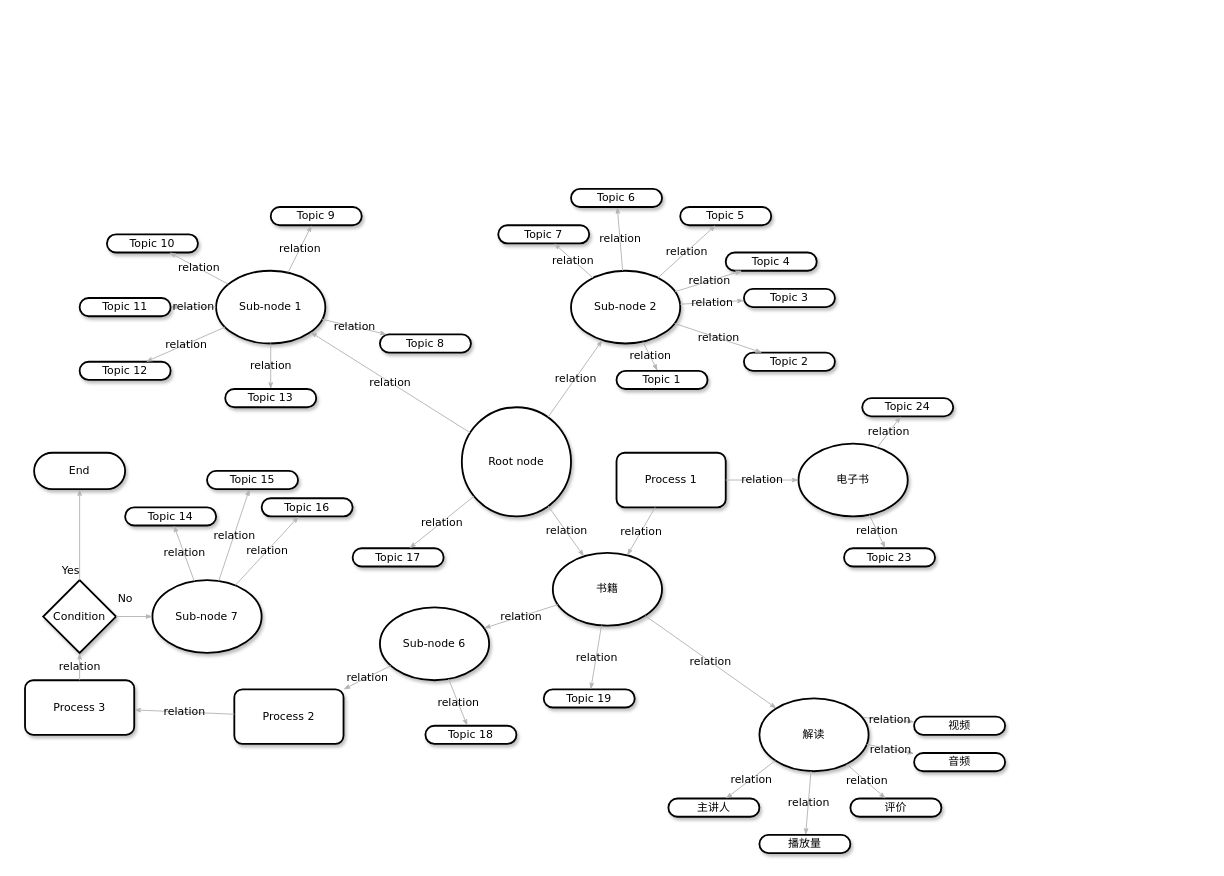
The draw.io diagram page "第 1 页" (1 of 4) of wisdom-content.drawio in joywt/drowin-folder, before the edit. Source tidied: cells renumbered, new cells numbered last; positions are measured from the earlier drawing's top-left corner, leaving out a move shared by most shapes. Both pictures are drawn from the tidied source at 91%, with x=0, y=0 at pixel (25, 188).
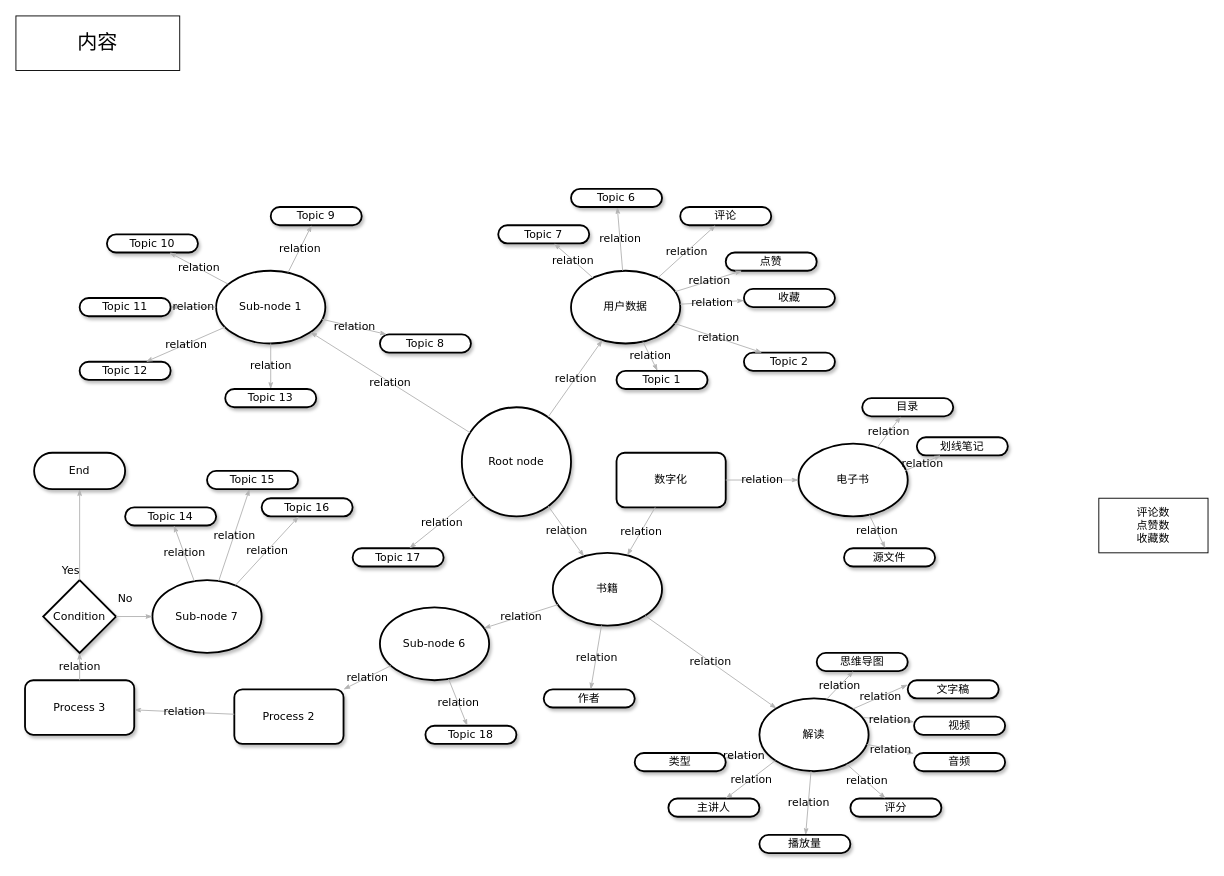
The same diagram, later.

Unchanged cells that the change refers to:
```xml
<mxCell id="7" value="&lt;span&gt;解读&lt;/span&gt;" style="ellipse;whiteSpace=wrap;html=1;rounded=1;shadow=1;comic=0;labelBackgroundColor=none;strokeWidth=2;fontFamily=Verdana;fontSize=12;align=center;" parent="1" vertex="1">
  <mxGeometry x="807" y="560" width="120" height="80" as="geometry" />
</mxCell>
<mxCell id="50" value="&lt;span&gt;电子书&lt;/span&gt;" style="ellipse;whiteSpace=wrap;html=1;rounded=1;shadow=1;comic=0;labelBackgroundColor=none;strokeWidth=2;fontFamily=Verdana;fontSize=12;align=center;" parent="1" vertex="1">
  <mxGeometry x="850" y="280" width="120" height="80" as="geometry" />
</mxCell>
```

What changed in the source:
```diff
@@
-    <mxCell id="4" value="&lt;span&gt;Sub-node 2&lt;/span&gt;" style="ellipse;whiteSpace=wrap;html=1;rounded=1;shadow=1;comic=0;labelBackgroundColor=none;strokeWidth=2;fontFamily=Verdana;fontSize=12;align=center;" parent="1" vertex="1">
+    <mxCell id="4" value="用户数据" style="ellipse;whiteSpace=wrap;html=1;rounded=1;shadow=1;comic=0;labelBackgroundColor=none;strokeWidth=2;fontFamily=Verdana;fontSize=12;align=center;" parent="1" vertex="1">
       <mxGeometry x="600" y="90" width="120" height="80" as="geometry" />
     </mxCell>
@@
-    <mxCell id="13" value="&lt;span&gt;评价&lt;/span&gt;" style="whiteSpace=wrap;html=1;rounded=1;shadow=1;comic=0;labelBackgroundColor=none;strokeWidth=2;fontFamily=Verdana;fontSize=12;align=center;arcSize=50;" parent="1" vertex="1">
+    <mxCell id="13" value="&lt;span&gt;评分&lt;/span&gt;" style="whiteSpace=wrap;html=1;rounded=1;shadow=1;comic=0;labelBackgroundColor=none;strokeWidth=2;fontFamily=Verdana;fontSize=12;align=center;arcSize=50;" parent="1" vertex="1">
       <mxGeometry x="907" y="670" width="100" height="20" as="geometry" />
     </mxCell>
@@
-    <mxCell id="16" value="&lt;span&gt;Topic 5&lt;/span&gt;" style="whiteSpace=wrap;html=1;rounded=1;shadow=1;comic=0;labelBackgroundColor=none;strokeWidth=2;fontFamily=Verdana;fontSize=12;align=center;arcSize=50;" parent="1" vertex="1">
+    <mxCell id="16" value="&lt;span&gt;评论&lt;/span&gt;" style="whiteSpace=wrap;html=1;rounded=1;shadow=1;comic=0;labelBackgroundColor=none;strokeWidth=2;fontFamily=Verdana;fontSize=12;align=center;arcSize=50;" parent="1" vertex="1">
       <mxGeometry x="720" y="20" width="100" height="20" as="geometry" />
     </mxCell>
-    <mxCell id="17" value="&lt;span&gt;Topic 4&lt;/span&gt;" style="whiteSpace=wrap;html=1;rounded=1;shadow=1;comic=0;labelBackgroundColor=none;strokeWidth=2;fontFamily=Verdana;fontSize=12;align=center;arcSize=50;" parent="1" vertex="1">
+    <mxCell id="17" value="&lt;span&gt;点赞&lt;/span&gt;" style="whiteSpace=wrap;html=1;rounded=1;shadow=1;comic=0;labelBackgroundColor=none;strokeWidth=2;fontFamily=Verdana;fontSize=12;align=center;arcSize=50;" parent="1" vertex="1">
       <mxGeometry x="770" y="70" width="100" height="20" as="geometry" />
     </mxCell>
-    <mxCell id="18" value="&lt;span&gt;Topic 3&lt;/span&gt;" style="whiteSpace=wrap;html=1;rounded=1;shadow=1;comic=0;labelBackgroundColor=none;strokeWidth=2;fontFamily=Verdana;fontSize=12;align=center;arcSize=50;" parent="1" vertex="1">
+    <mxCell id="18" value="&lt;span&gt;收藏&lt;/span&gt;" style="whiteSpace=wrap;html=1;rounded=1;shadow=1;comic=0;labelBackgroundColor=none;strokeWidth=2;fontFamily=Verdana;fontSize=12;align=center;arcSize=50;" parent="1" vertex="1">
       <mxGeometry x="790" y="110" width="100" height="20" as="geometry" />
     </mxCell>
@@
-    <mxCell id="49" value="Process 1" style="rounded=1;whiteSpace=wrap;html=1;shadow=1;comic=0;labelBackgroundColor=none;strokeWidth=2;fontFamily=Verdana;fontSize=12;align=center;" parent="1" vertex="1">
+    <mxCell id="49" value="数字化" style="rounded=1;whiteSpace=wrap;html=1;shadow=1;comic=0;labelBackgroundColor=none;strokeWidth=2;fontFamily=Verdana;fontSize=12;align=center;" parent="1" vertex="1">
       <mxGeometry x="650" y="290" width="120" height="60" as="geometry" />
     </mxCell>
@@
-    <mxCell id="51" value="&lt;span&gt;Topic 24&lt;/span&gt;" style="whiteSpace=wrap;html=1;rounded=1;shadow=1;comic=0;labelBackgroundColor=none;strokeWidth=2;fontFamily=Verdana;fontSize=12;align=center;arcSize=50;" parent="1" vertex="1">
+    <mxCell id="51" value="&lt;span&gt;目录&lt;/span&gt;" style="whiteSpace=wrap;html=1;rounded=1;shadow=1;comic=0;labelBackgroundColor=none;strokeWidth=2;fontFamily=Verdana;fontSize=12;align=center;arcSize=50;" parent="1" vertex="1">
       <mxGeometry x="920" y="230" width="100" height="20" as="geometry" />
     </mxCell>
-    <mxCell id="52" value="&lt;span&gt;Topic 23&lt;/span&gt;" style="whiteSpace=wrap;html=1;rounded=1;shadow=1;comic=0;labelBackgroundColor=none;strokeWidth=2;fontFamily=Verdana;fontSize=12;align=center;arcSize=50;" parent="1" vertex="1">
+    <mxCell id="52" value="&lt;span&gt;源文件&lt;/span&gt;" style="whiteSpace=wrap;html=1;rounded=1;shadow=1;comic=0;labelBackgroundColor=none;strokeWidth=2;fontFamily=Verdana;fontSize=12;align=center;arcSize=50;" parent="1" vertex="1">
       <mxGeometry x="900" y="395" width="100" height="20" as="geometry" />
     </mxCell>
@@
-    <mxCell id="55" value="&lt;span&gt;Topic 19&lt;/span&gt;" style="whiteSpace=wrap;html=1;rounded=1;shadow=1;comic=0;labelBackgroundColor=none;strokeWidth=2;fontFamily=Verdana;fontSize=12;align=center;arcSize=50;" parent="1" vertex="1">
+    <mxCell id="55" value="&lt;span&gt;作者&lt;/span&gt;" style="whiteSpace=wrap;html=1;rounded=1;shadow=1;comic=0;labelBackgroundColor=none;strokeWidth=2;fontFamily=Verdana;fontSize=12;align=center;arcSize=50;" parent="1" vertex="1">
       <mxGeometry x="570" y="550" width="100" height="20" as="geometry" />
     </mxCell>
@@
+    <mxCell id="79" value="内容" style="rounded=0;whiteSpace=wrap;html=1;fontSize=22;" parent="1" vertex="1">
+      <mxGeometry x="-10" y="-190" width="180" height="60" as="geometry" />
+    </mxCell>
+    <mxCell id="80" value="类型" style="whiteSpace=wrap;html=1;rounded=1;shadow=1;comic=0;labelBackgroundColor=none;strokeWidth=2;fontFamily=Verdana;fontSize=12;align=center;arcSize=50;" parent="1" vertex="1">
+      <mxGeometry x="670" y="620" width="100" height="20" as="geometry" />
+    </mxCell>
+    <mxCell id="81" value="relation" style="edgeStyle=none;rounded=1;html=1;labelBackgroundColor=none;startArrow=none;startFill=0;startSize=5;endArrow=classicThin;endFill=1;endSize=5;jettySize=auto;strokeColor=#B3B3B3;strokeWidth=1;fontFamily=Verdana;fontSize=12;exitX=0.026;exitY=0.77;exitDx=0;exitDy=0;exitPerimeter=0;" parent="1" edge="1" source="7" target="80">
+      <mxGeometry relative="1" as="geometry" />
+    </mxCell>
+    <mxCell id="82" value="文字稿" style="whiteSpace=wrap;html=1;rounded=1;shadow=1;comic=0;labelBackgroundColor=none;strokeWidth=2;fontFamily=Verdana;fontSize=12;align=center;arcSize=50;" parent="1" vertex="1">
+      <mxGeometry x="970" y="540" width="100" height="20" as="geometry" />
+    </mxCell>
+    <mxCell id="83" value="relation" style="edgeStyle=none;rounded=1;html=1;labelBackgroundColor=none;startArrow=none;startFill=0;startSize=5;endArrow=classicThin;endFill=1;endSize=5;jettySize=auto;strokeColor=#B3B3B3;strokeWidth=1;fontFamily=Verdana;fontSize=12;exitX=1;exitY=0;exitDx=0;exitDy=0;entryX=0;entryY=0.25;entryDx=0;entryDy=0;" parent="1" edge="1" source="7" target="82">
+      <mxGeometry relative="1" as="geometry" />
+    </mxCell>
+    <mxCell id="84" value="思维导图" style="whiteSpace=wrap;html=1;rounded=1;shadow=1;comic=0;labelBackgroundColor=none;strokeWidth=2;fontFamily=Verdana;fontSize=12;align=center;arcSize=50;" parent="1" vertex="1">
+      <mxGeometry x="870" y="510" width="100" height="20" as="geometry" />
+    </mxCell>
+    <mxCell id="85" value="relation" style="edgeStyle=none;rounded=1;html=1;labelBackgroundColor=none;startArrow=none;startFill=0;startSize=5;endArrow=classicThin;endFill=1;endSize=5;jettySize=auto;strokeColor=#B3B3B3;strokeWidth=1;fontFamily=Verdana;fontSize=12;exitX=0.615;exitY=0.012;exitDx=0;exitDy=0;exitPerimeter=0;" parent="1" edge="1" source="7" target="84">
+      <mxGeometry relative="1" as="geometry" />
+    </mxCell>
+    <mxCell id="86" value="划线笔记" style="whiteSpace=wrap;html=1;rounded=1;shadow=1;comic=0;labelBackgroundColor=none;strokeWidth=2;fontFamily=Verdana;fontSize=12;align=center;arcSize=50;" parent="1" vertex="1">
+      <mxGeometry x="980" y="273" width="100" height="20" as="geometry" />
+    </mxCell>
+    <mxCell id="87" value="relation" style="edgeStyle=none;rounded=1;html=1;labelBackgroundColor=none;startArrow=none;startFill=0;startSize=5;endArrow=classicThin;endFill=1;endSize=5;jettySize=auto;strokeColor=#B3B3B3;strokeWidth=1;fontFamily=Verdana;fontSize=12;exitX=0.975;exitY=0.372;exitDx=0;exitDy=0;exitPerimeter=0;" parent="1" edge="1" source="50" target="86">
+      <mxGeometry relative="1" as="geometry" />
+    </mxCell>
+    <mxCell id="88" value="评论数&lt;br&gt;点赞数&lt;br&gt;收藏数" style="rounded=0;whiteSpace=wrap;html=1;" parent="1" vertex="1">
+      <mxGeometry x="1180" y="340" width="120" height="60" as="geometry" />
+    </mxCell>
```
